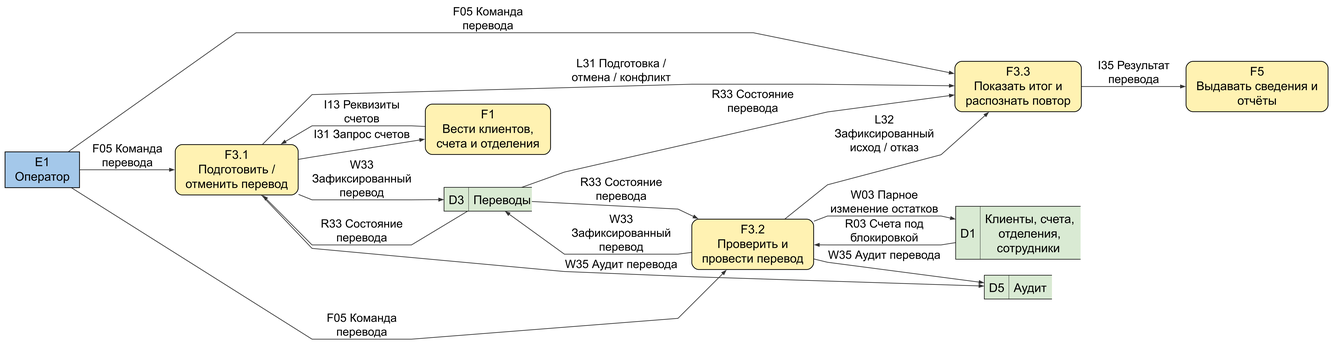
qwertyvich/IT-project keeps this Graphviz diagram as figures/B6_transfers.png. Above is the earlier version. Its source is kept beside it as figures/B6_transfers.dot.
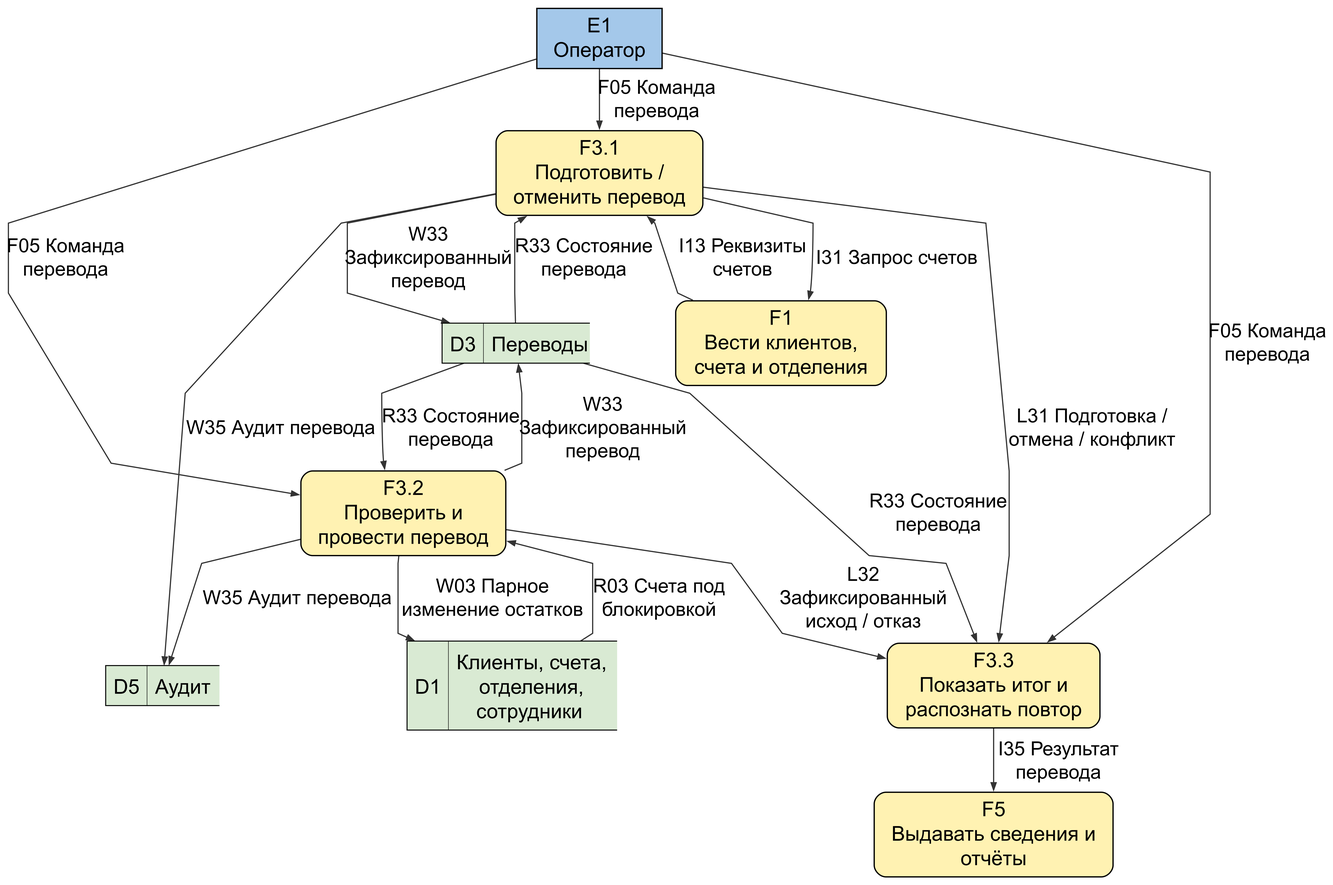
After the commit.

The edit, as a diff of the source:
```diff
@@ -1,7 +1,8 @@
 digraph B6_transfers {
-graph [rankdir=LR, bgcolor="white", pad=.12, nodesep=.35, ranksep=.65, splines=polyline, outputorder=edgesfirst];
+graph [rankdir=TB, bgcolor="white", pad=.12, nodesep=.35, ranksep=.65, splines=polyline, outputorder=edgesfirst];
 node [fontname="Arial", fontsize=21, margin=".12,.08", penwidth=1.3];
 edge [fontname="Arial", fontsize=20, color="#333333", penwidth=1.2, arrowsize=.75];
+graph [nodesep=.35, ranksep=.2];
 "E1" [label="E1\nОператор", shape="box", style="filled", fillcolor="#A4C8EA", width="1.792"];
 "F3_1" [label="F3.1\nПодготовить /\nотменить перевод", shape="box", style="rounded,filled", fillcolor="#FFF2B2", width="2.958"];
 E1 -> F3_1 [label="F05 Команда\nперевода"];
```
